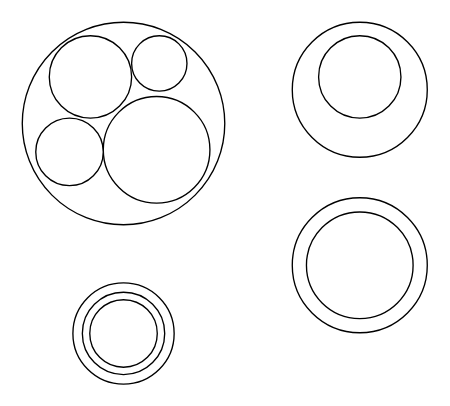
Before: blog/2023-3-15-air-cond-install/floor-pass-through.drawio in natecostello/van_two_point_oh, a draw.io diagram. Source tidied: cells renumbered, new cells numbered last; positions are measured from the earlier drawing's top-left corner, leaving out a move shared by most shapes. Both pictures are drawn from the tidied source at 135%, with x=0, y=0 at pixel (22, 22).
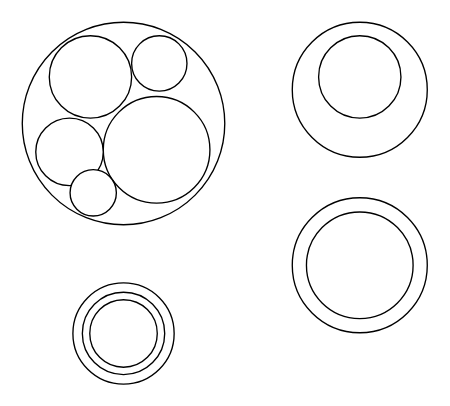
After the change.

Diff of the diagram source:
```diff
@@
 <mxGraphModel>
   <root>
     <mxCell id="0" />
     <mxCell id="1" parent="0" />
     <mxCell id="2" style="ellipse;whiteSpace=wrap;html=1;" parent="1" vertex="1">
       <mxGeometry x="37.5" y="193" width="75" height="75" as="geometry" />
     </mxCell>
     <mxCell id="3" style="ellipse;whiteSpace=wrap;html=1;" parent="1" vertex="1">
       <mxGeometry width="150" height="150" as="geometry" />
     </mxCell>
     <mxCell id="4" style="ellipse;whiteSpace=wrap;html=1;" parent="1" vertex="1">
       <mxGeometry x="20" y="10" width="61" height="61" as="geometry" />
     </mxCell>
     <mxCell id="5" style="ellipse;whiteSpace=wrap;html=1;" parent="1" vertex="1">
       <mxGeometry x="60" y="55" width="79" height="79" as="geometry" />
     </mxCell>
     <mxCell id="6" style="ellipse;whiteSpace=wrap;html=1;" parent="1" vertex="1">
       <mxGeometry x="10" y="71" width="50" height="50" as="geometry" />
     </mxCell>
     <mxCell id="7" style="ellipse;whiteSpace=wrap;html=1;" parent="1" vertex="1">
       <mxGeometry x="81" y="10" width="41" height="41" as="geometry" />
     </mxCell>
     <mxCell id="8" style="ellipse;whiteSpace=wrap;html=1;" parent="1" vertex="1">
       <mxGeometry x="200" width="100" height="100" as="geometry" />
     </mxCell>
     <mxCell id="9" style="ellipse;whiteSpace=wrap;html=1;" parent="1" vertex="1">
       <mxGeometry x="200" y="130" width="100" height="100" as="geometry" />
     </mxCell>
     <mxCell id="10" style="ellipse;whiteSpace=wrap;html=1;" parent="1" vertex="1">
       <mxGeometry x="210.5" y="140.5" width="79" height="79" as="geometry" />
     </mxCell>
     <mxCell id="11" style="ellipse;whiteSpace=wrap;html=1;" parent="1" vertex="1">
       <mxGeometry x="219.5" y="10" width="61" height="61" as="geometry" />
     </mxCell>
     <mxCell id="12" style="ellipse;whiteSpace=wrap;html=1;" parent="1" vertex="1">
       <mxGeometry x="44.5" y="200" width="61" height="61" as="geometry" />
     </mxCell>
     <mxCell id="13" style="ellipse;whiteSpace=wrap;html=1;" parent="1" vertex="1">
       <mxGeometry x="50" y="205.5" width="50" height="50" as="geometry" />
     </mxCell>
+    <mxCell id="14" style="ellipse;whiteSpace=wrap;html=1;" parent="1" vertex="1">
+      <mxGeometry x="35.4" y="109.2" width="34.3" height="34.3" as="geometry" />
+    </mxCell>
   </root>
 </mxGraphModel>
```
